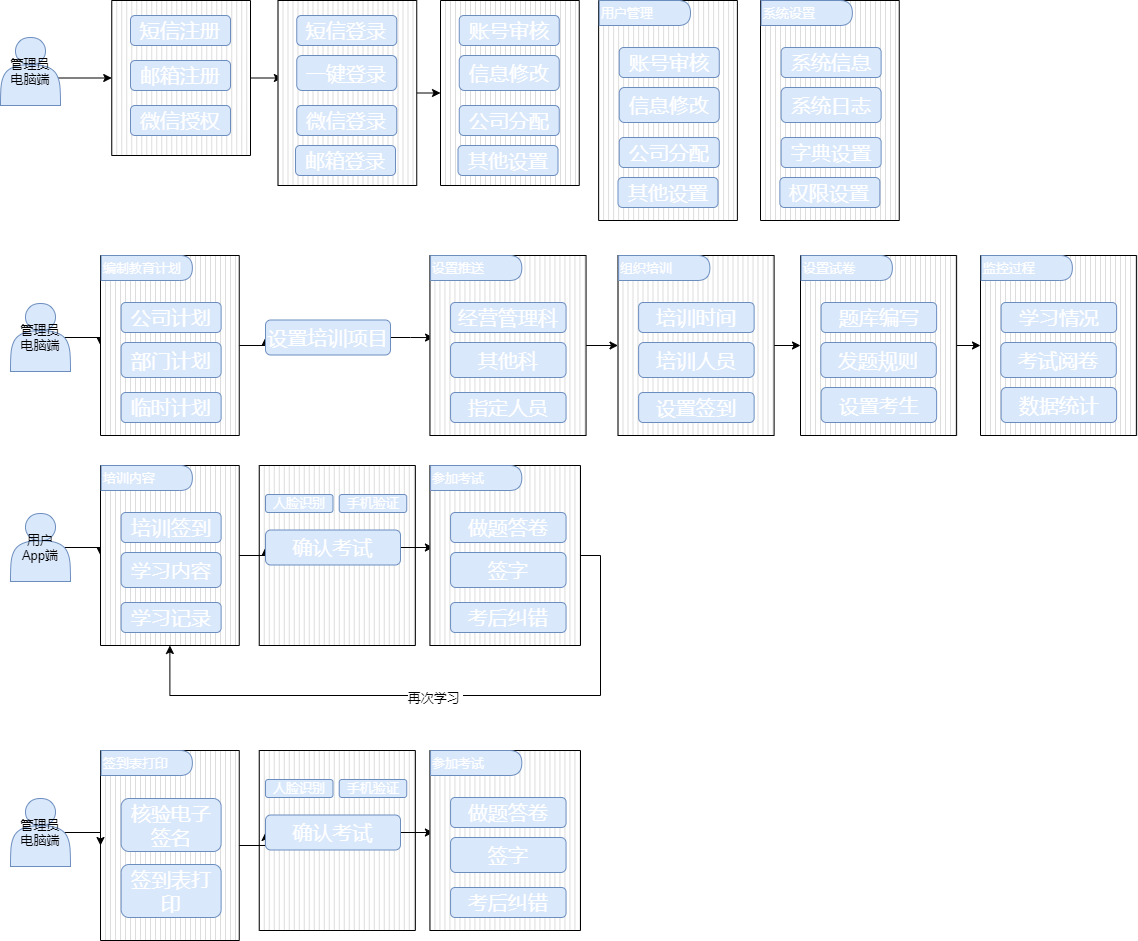
Earlier version of the draw.io export Untitled Diagram.drawio.png (lenonjone/Toolkits). Source tidied: cells renumbered, new cells last; positions are measured from the earlier drawing's top-left corner, leaving out a move shared by most shapes.
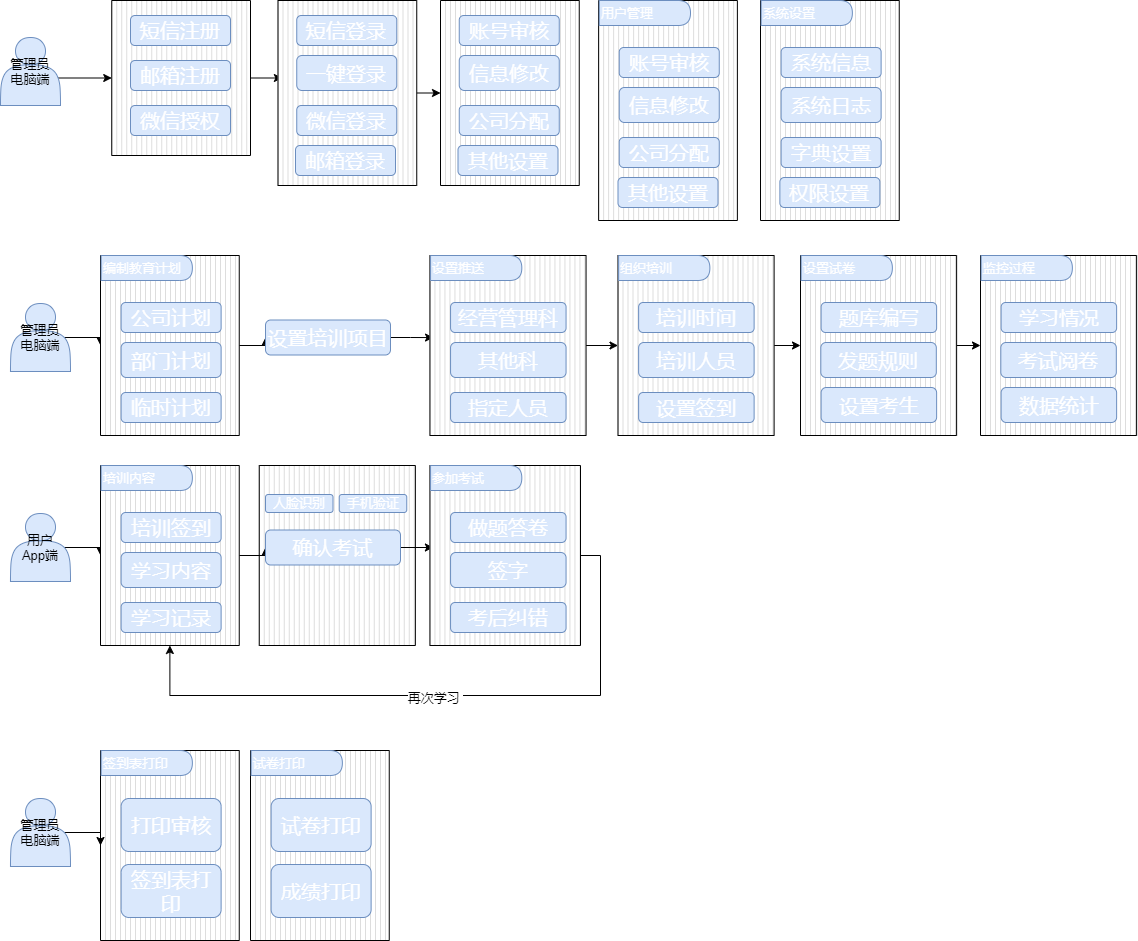
After the change.

The edit, as a diff of the source:
```diff
@@ -262,19 +262,13 @@
     <mxCell id="85" value="管理员&lt;br&gt;电脑端" style="shape=actor;whiteSpace=wrap;html=1;fontSize=13;fillColor=#dae8fc;strokeColor=#6c8ebf;" parent="1" vertex="1">
       <mxGeometry y="37" width="60" height="68" as="geometry" />
     </mxCell>
-    <mxCell id="86" style="verticalLabelPosition=bottom;verticalAlign=top;html=1;shape=mxgraph.basic.patternFillRect;fillStyle=vert;step=5;fillStrokeWidth=0.2;fillStrokeColor=#dddddd;fontSize=13;fontColor=#FFFFFF;" parent="1" vertex="1">
-      <mxGeometry x="258.7" y="750" width="156.1" height="180" as="geometry" />
-    </mxCell>
     <mxCell id="87" style="edgeStyle=orthogonalEdgeStyle;rounded=0;jettySize=auto;html=1;exitX=0.9;exitY=0.5;exitDx=0;exitDy=0;exitPerimeter=0;entryX=0;entryY=0.5;entryDx=0;entryDy=0;entryPerimeter=0;fontSize=13;fontColor=#FFFFFF;" parent="1" edge="1" source="88" target="2">
       <mxGeometry relative="1" as="geometry" />
     </mxCell>
     <mxCell id="88" value="管理员&lt;br&gt;电脑端" style="shape=actor;whiteSpace=wrap;html=1;fontSize=13;fillColor=#dae8fc;strokeColor=#6c8ebf;" parent="1" vertex="1">
       <mxGeometry x="10" y="798" width="60" height="68" as="geometry" />
     </mxCell>
-    <mxCell id="89" style="edgeStyle=orthogonalEdgeStyle;rounded=0;jettySize=auto;html=1;exitX=1;exitY=0.5;exitDx=0;exitDy=0;exitPerimeter=0;entryX=0;entryY=0.5;entryDx=0;entryDy=0;fontSize=13;fontColor=#FFFFFF;" parent="1" edge="1" source="2" target="94">
-      <mxGeometry relative="1" as="geometry" />
-    </mxCell>
-    <mxCell id="90" value="核验电子签名" style="rounded=1;whiteSpace=wrap;html=1;fillColor=#dae8fc;strokeColor=#6c8ebf;fontColor=#FFFFFF;fontStyle=0;fontSize=20;" parent="1" vertex="1">
+    <mxCell id="90" value="打印审核" style="rounded=1;whiteSpace=wrap;html=1;fillColor=#dae8fc;strokeColor=#6c8ebf;fontColor=#FFFFFF;fontStyle=0;fontSize=20;" parent="1" vertex="1">
       <mxGeometry x="120.6" y="798" width="100" height="53" as="geometry" />
     </mxCell>
     <mxCell id="91" value="签到表打印" style="rounded=1;whiteSpace=wrap;html=1;fillColor=#dae8fc;strokeColor=#6c8ebf;fontColor=#FFFFFF;fontStyle=0;fontSize=20;" parent="1" vertex="1">
@@ -283,32 +277,17 @@
     <mxCell id="92" value="签到表打印" style="shape=delay;whiteSpace=wrap;html=1;fontSize=13;align=left;fillColor=#dae8fc;strokeColor=#6c8ebf;fontColor=#FFFFFF;" parent="1" vertex="1">
       <mxGeometry x="100.6" y="750" width="91.2" height="25" as="geometry" />
     </mxCell>
-    <mxCell id="93" style="edgeStyle=orthogonalEdgeStyle;rounded=0;jettySize=auto;html=1;exitX=1;exitY=0.5;exitDx=0;exitDy=0;entryX=0.023;entryY=0.456;entryDx=0;entryDy=0;entryPerimeter=0;fontSize=13;fontColor=#FFFFFF;" parent="1" edge="1" source="94" target="95">
-      <mxGeometry relative="1" as="geometry" />
-    </mxCell>
-    <mxCell id="94" value="确认考试" style="rounded=1;whiteSpace=wrap;html=1;fillColor=#dae8fc;strokeColor=#6c8ebf;fontColor=#FFFFFF;fontStyle=0;fontSize=20;" parent="1" vertex="1">
-      <mxGeometry x="265" y="814.5" width="135" height="35" as="geometry" />
-    </mxCell>
-    <mxCell id="95" style="verticalLabelPosition=bottom;verticalAlign=top;html=1;shape=mxgraph.basic.patternFillRect;fillStyle=vert;step=5;fillStrokeWidth=0.2;fillStrokeColor=#dddddd;fontSize=13;fontColor=#FFFFFF;" parent="1" vertex="1">
-      <mxGeometry x="429.4" y="750" width="150.6" height="180" as="geometry" />
-    </mxCell>
-    <mxCell id="96" value="做题答卷" style="rounded=1;whiteSpace=wrap;html=1;fillColor=#dae8fc;strokeColor=#6c8ebf;fontColor=#FFFFFF;fontStyle=0;fontSize=20;" parent="1" vertex="1">
-      <mxGeometry x="450.1" y="797" width="115.5" height="30" as="geometry" />
-    </mxCell>
-    <mxCell id="97" value="签字" style="rounded=1;whiteSpace=wrap;html=1;fillColor=#dae8fc;strokeColor=#6c8ebf;fontColor=#FFFFFF;fontStyle=0;fontSize=20;" parent="1" vertex="1">
-      <mxGeometry x="450.1" y="837" width="115.5" height="35" as="geometry" />
-    </mxCell>
-    <mxCell id="98" value="考后纠错" style="rounded=1;whiteSpace=wrap;html=1;fillColor=#dae8fc;strokeColor=#6c8ebf;fontColor=#FFFFFF;fontStyle=0;fontSize=20;" parent="1" vertex="1">
-      <mxGeometry x="450.1" y="887" width="115.5" height="30" as="geometry" />
-    </mxCell>
-    <mxCell id="99" value="参加考试" style="shape=delay;whiteSpace=wrap;html=1;fontSize=13;align=left;fillColor=#dae8fc;strokeColor=#6c8ebf;fontColor=#FFFFFF;" parent="1" vertex="1">
-      <mxGeometry x="430.1" y="750" width="91.2" height="25" as="geometry" />
-    </mxCell>
-    <mxCell id="100" value="手机验证" style="rounded=1;whiteSpace=wrap;html=1;fillColor=#dae8fc;strokeColor=#6c8ebf;fontColor=#FFFFFF;fontStyle=0;fontSize=13;" parent="1" vertex="1">
-      <mxGeometry x="338.7" y="779" width="67.5" height="18" as="geometry" />
-    </mxCell>
-    <mxCell id="101" value="人脸识别" style="rounded=1;whiteSpace=wrap;html=1;fillColor=#dae8fc;strokeColor=#6c8ebf;fontColor=#FFFFFF;fontStyle=0;fontSize=13;" parent="1" vertex="1">
-      <mxGeometry x="265" y="779" width="67.5" height="18" as="geometry" />
-    </mxCell>
+    <mxCell id="102" style="verticalLabelPosition=bottom;verticalAlign=top;html=1;shape=mxgraph.basic.patternFillRect;fillStyle=vert;step=5;fillStrokeWidth=0.2;fillStrokeColor=#dddddd;fontSize=13;fontColor=#FFFFFF;" parent="1" vertex="1">
+      <mxGeometry x="250" y="750" width="138.8" height="190" as="geometry" />
+    </mxCell>
+    <mxCell id="103" value="试卷打印" style="rounded=1;whiteSpace=wrap;html=1;fillColor=#dae8fc;strokeColor=#6c8ebf;fontColor=#FFFFFF;fontStyle=0;fontSize=20;" parent="1" vertex="1">
+      <mxGeometry x="270.6" y="798" width="100" height="53" as="geometry" />
+    </mxCell>
+    <mxCell id="104" value="成绩打印" style="rounded=1;whiteSpace=wrap;html=1;fillColor=#dae8fc;strokeColor=#6c8ebf;fontColor=#FFFFFF;fontStyle=0;fontSize=20;" parent="1" vertex="1">
+      <mxGeometry x="270.6" y="864" width="100" height="53" as="geometry" />
+    </mxCell>
+    <mxCell id="105" value="试卷打印" style="shape=delay;whiteSpace=wrap;html=1;fontSize=13;align=left;fillColor=#dae8fc;strokeColor=#6c8ebf;fontColor=#FFFFFF;" parent="1" vertex="1">
+      <mxGeometry x="250.6" y="750" width="91.2" height="25" as="geometry" />
+    </mxCell>
   </root>
 </mxGraphModel>
```
